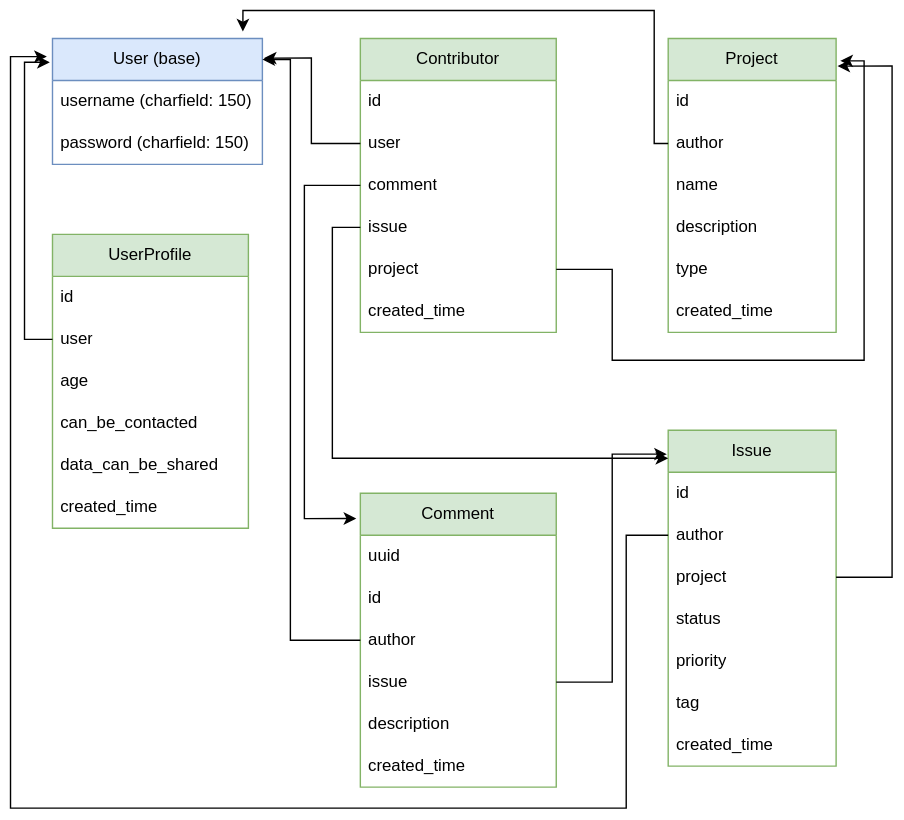
This is db_p10.drawio.svg from morganprieur/Projects_management_API, a draw.io export, as it was before one commit. Source tidied: cells renumbered, new cells last; positions are measured from the earlier drawing's top-left corner, leaving out a move shared by most shapes.
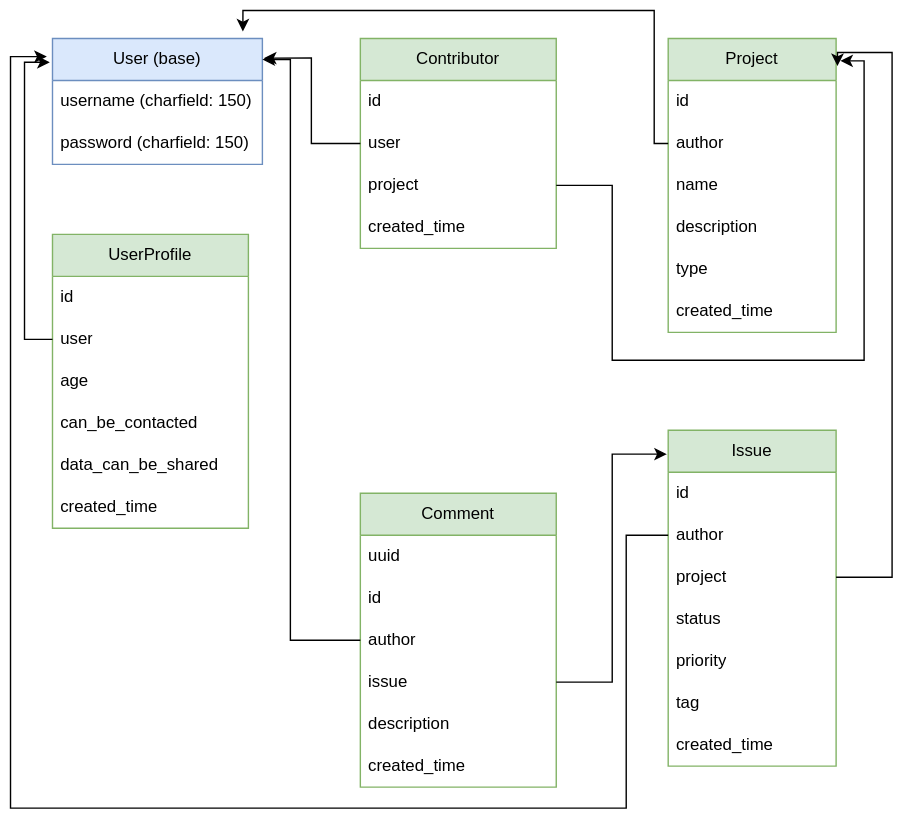
The same diagram one commit later.

The edit, as a diff of the source:
```diff
@@ -78,7 +78,7 @@
       <mxGeometry y="180" width="140" height="30" as="geometry" />
     </mxCell>
     <mxCell id="27" value="Contributor" style="swimlane;fontStyle=0;horizontal=1;startSize=30;whiteSpace=wrap;html=1;fillColor=#d5e8d4;strokeColor=#82b366;" parent="1" vertex="1">
-      <mxGeometry x="250" y="20" width="140" height="210" as="geometry" />
+      <mxGeometry x="250" y="20" width="140" height="150" as="geometry" />
     </mxCell>
     <mxCell id="28" value="id" style="text;strokeColor=none;fillColor=none;align=left;verticalAlign=middle;spacingLeft=4;spacingRight=4;overflow=hidden;whiteSpace=wrap;html=1;" parent="27" vertex="1">
       <mxGeometry y="30" width="140" height="30" as="geometry" />
@@ -86,23 +86,18 @@
     <mxCell id="29" value="user" style="text;strokeColor=none;fillColor=none;align=left;verticalAlign=middle;spacingLeft=4;spacingRight=4;overflow=hidden;points=[[0,0.5],[1,0.5]];portConstraint=eastwest;whiteSpace=wrap;html=1;" parent="27" vertex="1">
       <mxGeometry y="60" width="140" height="30" as="geometry" />
     </mxCell>
-    <mxCell id="30" value="comment" style="text;strokeColor=none;fillColor=none;align=left;verticalAlign=middle;spacingLeft=4;spacingRight=4;overflow=hidden;points=[[0,0.5],[1,0.5]];portConstraint=eastwest;whiteSpace=wrap;html=1;" parent="27" vertex="1">
-      <mxGeometry y="90" width="140" height="30" as="geometry" />
-    </mxCell>
-    <mxCell id="31" value="issue" style="text;strokeColor=none;fillColor=none;align=left;verticalAlign=middle;spacingLeft=4;spacingRight=4;overflow=hidden;points=[[0,0.5],[1,0.5]];portConstraint=eastwest;whiteSpace=wrap;html=1;" parent="27" vertex="1">
-      <mxGeometry y="120" width="140" height="30" as="geometry" />
-    </mxCell>
     <mxCell id="32" value="project" style="text;strokeColor=none;fillColor=none;align=left;verticalAlign=middle;spacingLeft=4;spacingRight=4;overflow=hidden;points=[[0,0.5],[1,0.5]];portConstraint=eastwest;whiteSpace=wrap;html=1;" parent="27" vertex="1">
-      <mxGeometry y="150" width="140" height="30" as="geometry" />
+      <mxGeometry y="90" width="140" height="30" as="geometry" />
     </mxCell>
     <mxCell id="33" value="created_time" style="text;strokeColor=none;fillColor=none;align=left;verticalAlign=middle;spacingLeft=4;spacingRight=4;overflow=hidden;whiteSpace=wrap;html=1;" parent="27" vertex="1">
-      <mxGeometry y="180" width="140" height="30" as="geometry" />
+      <mxGeometry y="120" width="140" height="30" as="geometry" />
     </mxCell>
     <mxCell id="34" style="edgeStyle=orthogonalEdgeStyle;rounded=0;jettySize=auto;html=1;exitX=1;exitY=0.5;exitDx=0;exitDy=0;entryX=1.008;entryY=0.094;entryDx=0;entryDy=0;entryPerimeter=0;" parent="1" edge="1" source="15" target="5">
       <mxGeometry relative="1" as="geometry">
         <Array as="points">
           <mxPoint x="630" y="405" />
-          <mxPoint x="630" y="40" />
+          <mxPoint x="630" y="30" />
+          <mxPoint x="591" y="30" />
         </Array>
       </mxGeometry>
     </mxCell>
@@ -168,26 +163,10 @@
         </Array>
       </mxGeometry>
     </mxCell>
-    <mxCell id="48" style="edgeStyle=orthogonalEdgeStyle;rounded=0;jettySize=auto;html=1;exitX=0;exitY=0.5;exitDx=0;exitDy=0;entryX=-0.021;entryY=0.086;entryDx=0;entryDy=0;entryPerimeter=0;" parent="1" edge="1" source="30" target="20">
-      <mxGeometry relative="1" as="geometry">
-        <Array as="points">
-          <mxPoint x="210" y="125" />
-          <mxPoint x="210" y="363" />
-        </Array>
-      </mxGeometry>
-    </mxCell>
-    <mxCell id="49" style="edgeStyle=orthogonalEdgeStyle;rounded=0;jettySize=auto;html=1;exitX=0;exitY=0.5;exitDx=0;exitDy=0;" parent="1" edge="1" source="31" target="12">
-      <mxGeometry relative="1" as="geometry">
-        <Array as="points">
-          <mxPoint x="230" y="155" />
-          <mxPoint x="230" y="320" />
-        </Array>
-      </mxGeometry>
-    </mxCell>
     <mxCell id="50" style="edgeStyle=orthogonalEdgeStyle;rounded=0;jettySize=auto;html=1;exitX=1;exitY=0.5;exitDx=0;exitDy=0;entryX=1.025;entryY=0.076;entryDx=0;entryDy=0;entryPerimeter=0;" parent="1" edge="1" source="32" target="5">
       <mxGeometry relative="1" as="geometry">
         <Array as="points">
-          <mxPoint x="430" y="185" />
+          <mxPoint x="430" y="125" />
           <mxPoint x="430" y="250" />
           <mxPoint x="610" y="250" />
           <mxPoint x="610" y="36" />
```
